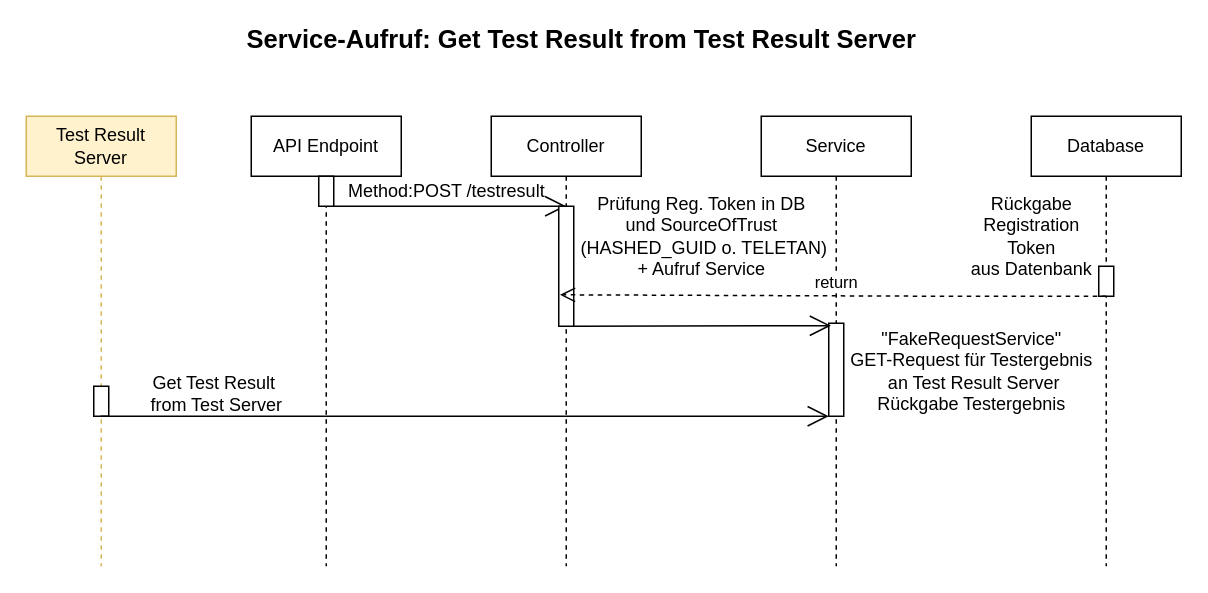
The draw.io diagram tennis-kata/src/main/java/com/cgi/tennis/TestResultService.drawio in Ralf94/myrepo, before the edit. Source tidied: cells renumbered, new cells numbered last; positions are measured from the earlier drawing's top-left corner, leaving out a move shared by most shapes. Both pictures are drawn from the tidied source at 150%, with x=0, y=0 at pixel (26, 26).
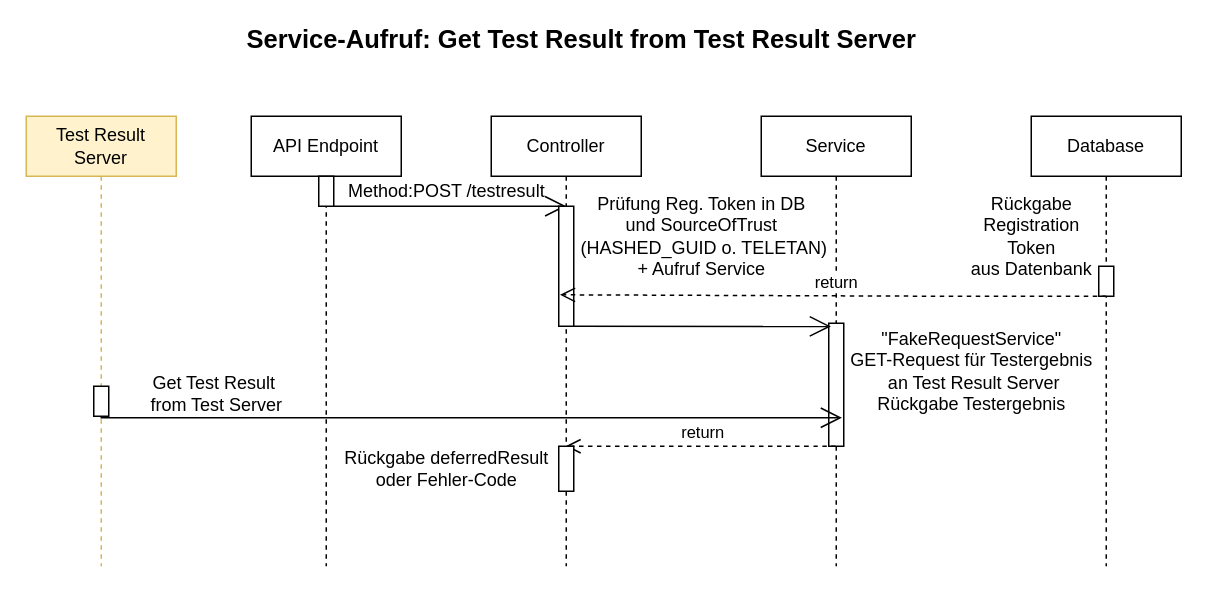
The same page after the edit.

The change refers to these unchanged cells:
```xml
<mxCell id="3" value="Controller" style="shape=umlLifeline;perimeter=lifelinePerimeter;whiteSpace=wrap;html=1;outlineConnect=0;" parent="1" vertex="1">
  <mxGeometry x="310" y="60" width="100" height="300" as="geometry" />
</mxCell>
<mxCell id="4" value="Service" style="shape=umlLifeline;perimeter=lifelinePerimeter;whiteSpace=wrap;html=1;outlineConnect=0;" parent="1" vertex="1">
  <mxGeometry x="490" y="60" width="100" height="300" as="geometry" />
</mxCell>
<mxCell id="9" value="Test Result Server" style="shape=umlLifeline;perimeter=lifelinePerimeter;whiteSpace=wrap;html=1;outlineConnect=0;fillColor=#fff2cc;strokeColor=#d6b656;" parent="1" vertex="1">
  <mxGeometry y="60" width="100" height="300" as="geometry" />
</mxCell>
<mxCell id="18" value="&quot;FakeRequestService&quot;&lt;br&gt;GET-Request für Testergebnis&lt;br&gt;&amp;nbsp;an Test Result Server&lt;br&gt;Rückgabe Testergebnis" style="text;html=1;align=center;verticalAlign=middle;points=[];strokeColor=none;" parent="1" vertex="1">
  <mxGeometry x="540" y="200" width="180" height="60" as="geometry" />
</mxCell>
```

What changed in the source:
```diff
@@
     <mxCell id="5" style="html=1;points=[];perimeter=orthogonalPerimeter;" parent="4" vertex="1">
-      <mxGeometry x="45" y="138" width="10" height="62" as="geometry" />
+      <mxGeometry x="45" y="138" width="10" height="82" as="geometry" />
     </mxCell>
@@
-    <mxCell id="19" style="endArrow=open;endFill=1;endSize=12;html=1;" parent="1" edge="1" source="9">
-      <mxGeometry relative="1" as="geometry">
-        <mxPoint x="535" y="260" as="targetPoint" />
-      </mxGeometry>
+    <mxCell id="19" style="endArrow=open;endFill=1;endSize=12;html=1;entryX=0.021;entryY=1.017;entryDx=0;entryDy=0;entryPerimeter=0;" parent="1" edge="1" source="9" target="18">
+      <mxGeometry relative="1" as="geometry" />
     </mxCell>
@@
+    <mxCell id="22" value="return" style="html=1;verticalAlign=bottom;endArrow=open;dashed=1;endSize=8;" parent="1" edge="1" source="4" target="3">
+      <mxGeometry x="-0.01" relative="1" as="geometry">
+        <Array as="points">
+          <mxPoint x="530" y="280" />
+        </Array>
+      </mxGeometry>
+    </mxCell>
+    <mxCell id="23" style="html=1;perimeter=orthogonalPerimeter;" parent="1" vertex="1">
+      <mxGeometry x="355" y="280" width="10" height="30" as="geometry" />
+    </mxCell>
+    <mxCell id="24" value="Rückgabe deferredResult &lt;br&gt;oder Fehler-Code" style="text;html=1;align=center;verticalAlign=middle;strokeColor=none;" parent="1" vertex="1">
+      <mxGeometry x="205" y="280" width="150" height="30" as="geometry" />
+    </mxCell>
```
